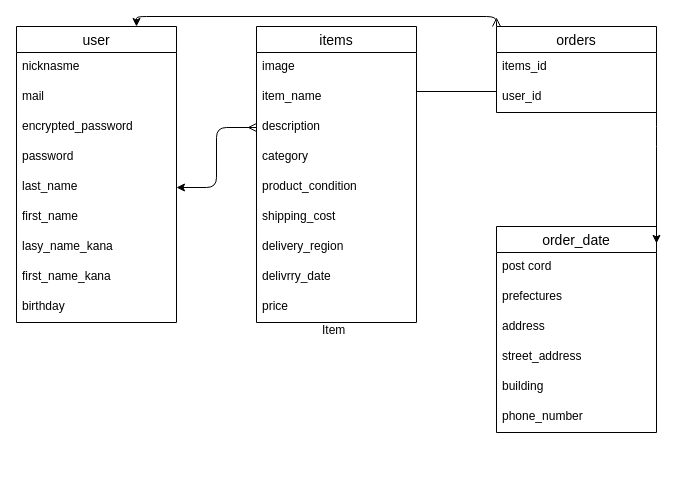
cocco0331/furima-41343 keeps this draw.io diagram as test.dio. Above is the earlier version. Source tidied: cells renumbered, new cells numbered last; positions are measured from the earlier drawing's top-left corner, leaving out a move shared by most shapes. Both pictures are drawn from the tidied source at 100%, with x=0, y=0 at pixel (16, 26).
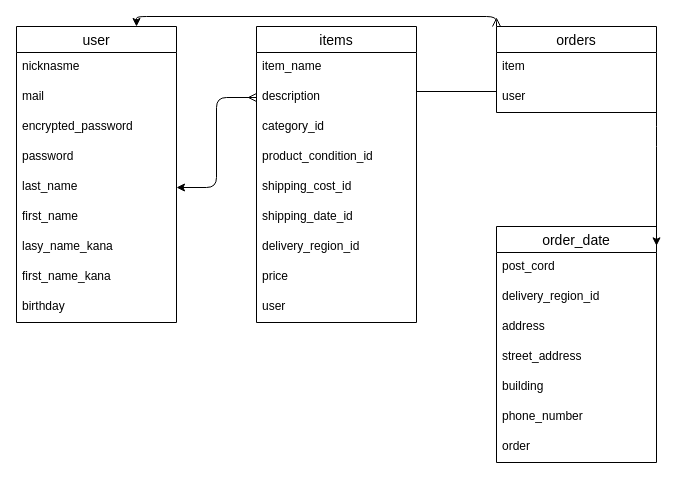
After the change.

Commit message (it also covers changes not shown here):
データベース設計再修正２

The change refers to these unchanged cells:
```xml
<mxCell id="12" value="items" style="swimlane;fontStyle=0;horizontal=1;startSize=26;align=center;fontSize=14;" parent="1" vertex="1">
  <mxGeometry x="240" width="160" height="296" as="geometry" />
</mxCell>
<mxCell id="23" value="orders" style="swimlane;fontStyle=0;horizontal=1;startSize=26;align=center;fontSize=14;" parent="1" vertex="1">
  <mxGeometry x="480" width="160" height="86" as="geometry" />
</mxCell>
```

What changed in the source:
```diff
@@
-    <mxCell id="13" value="image" style="text;strokeColor=none;fillColor=none;spacingLeft=4;spacingRight=4;overflow=hidden;fontSize=12;" parent="12" vertex="1">
-      <mxGeometry y="26" width="160" height="30" as="geometry" />
-    </mxCell>
     <mxCell id="14" value="item_name" style="text;strokeColor=none;fillColor=none;spacingLeft=4;spacingRight=4;overflow=hidden;fontSize=12;" parent="12" vertex="1">
-      <mxGeometry y="56" width="160" height="30" as="geometry" />
+      <mxGeometry y="26" width="160" height="30" as="geometry" />
     </mxCell>
     <mxCell id="15" value="description" style="text;strokeColor=none;fillColor=none;spacingLeft=4;spacingRight=4;overflow=hidden;points=[[0,0.5],[1,0.5]];portConstraint=eastwest;fontSize=12;" parent="12" vertex="1">
-      <mxGeometry y="86" width="160" height="30" as="geometry" />
+      <mxGeometry y="56" width="160" height="30" as="geometry" />
     </mxCell>
-    <mxCell id="16" value="category" style="text;strokeColor=none;fillColor=none;spacingLeft=4;spacingRight=4;overflow=hidden;fontSize=12;" parent="12" vertex="1">
-      <mxGeometry y="116" width="160" height="30" as="geometry" />
+    <mxCell id="16" value="category_id" style="text;strokeColor=none;fillColor=none;spacingLeft=4;spacingRight=4;overflow=hidden;fontSize=12;" parent="12" vertex="1">
+      <mxGeometry y="86" width="160" height="30" as="geometry" />
     </mxCell>
-    <mxCell id="17" value="product_condition" style="text;strokeColor=none;fillColor=none;spacingLeft=4;spacingRight=4;overflow=hidden;fontSize=12;" parent="12" vertex="1">
-      <mxGeometry y="146" width="160" height="30" as="geometry" />
+    <mxCell id="17" value="product_condition_id" style="text;strokeColor=none;fillColor=none;spacingLeft=4;spacingRight=4;overflow=hidden;fontSize=12;" parent="12" vertex="1">
+      <mxGeometry y="116" width="160" height="30" as="geometry" />
     </mxCell>
-    <mxCell id="18" value="shipping_cost" style="text;strokeColor=none;fillColor=none;spacingLeft=4;spacingRight=4;overflow=hidden;fontSize=12;" parent="12" vertex="1">
-      <mxGeometry y="176" width="160" height="30" as="geometry" />
+    <mxCell id="18" value="shipping_cost_id" style="text;strokeColor=none;fillColor=none;spacingLeft=4;spacingRight=4;overflow=hidden;fontSize=12;" parent="12" vertex="1">
+      <mxGeometry y="146" width="160" height="30" as="geometry" />
     </mxCell>
+    <mxCell id="35" value="shipping_date_id" style="text;strokeColor=none;fillColor=none;spacingLeft=4;spacingRight=4;overflow=hidden;fontSize=12;" parent="12" vertex="1">
+      <mxGeometry y="176" width="160" height="30" as="geometry" />
+    </mxCell>
-    <mxCell id="19" value="delivery_region" style="text;strokeColor=none;fillColor=none;spacingLeft=4;spacingRight=4;overflow=hidden;fontSize=12;" parent="12" vertex="1">
+    <mxCell id="19" value="delivery_region_id" style="text;strokeColor=none;fillColor=none;spacingLeft=4;spacingRight=4;overflow=hidden;fontSize=12;" parent="12" vertex="1">
       <mxGeometry y="206" width="160" height="30" as="geometry" />
     </mxCell>
-    <mxCell id="20" value="delivrry_date" style="text;strokeColor=none;fillColor=none;spacingLeft=4;spacingRight=4;overflow=hidden;fontSize=12;" parent="12" vertex="1">
-      <mxGeometry y="236" width="160" height="30" as="geometry" />
-    </mxCell>
     <mxCell id="21" value="price" style="text;strokeColor=none;fillColor=none;spacingLeft=4;spacingRight=4;overflow=hidden;fontSize=12;" parent="12" vertex="1">
-      <mxGeometry y="266" width="160" height="30" as="geometry" />
+      <mxGeometry y="236" width="160" height="30" as="geometry" />
     </mxCell>
+    <mxCell id="37" value="user" style="text;strokeColor=none;fillColor=none;spacingLeft=4;spacingRight=4;overflow=hidden;fontSize=12;" parent="12" vertex="1">
+      <mxGeometry y="266" width="160" height="30" as="geometry" />
+    </mxCell>
@@
-    <mxCell id="24" value="items_id" style="text;strokeColor=none;fillColor=none;spacingLeft=4;spacingRight=4;overflow=hidden;fontSize=12;" parent="23" vertex="1">
+    <mxCell id="24" value="item" style="text;strokeColor=none;fillColor=none;spacingLeft=4;spacingRight=4;overflow=hidden;fontSize=12;" parent="23" vertex="1">
       <mxGeometry y="26" width="160" height="30" as="geometry" />
     </mxCell>
-    <mxCell id="25" value="user_id" style="text;strokeColor=none;fillColor=none;spacingLeft=4;spacingRight=4;overflow=hidden;points=[[0,0.5],[1,0.5]];portConstraint=eastwest;fontSize=12;" parent="23" vertex="1">
+    <mxCell id="25" value="user" style="text;strokeColor=none;fillColor=none;spacingLeft=4;spacingRight=4;overflow=hidden;points=[[0,0.5],[1,0.5]];portConstraint=eastwest;fontSize=12;" parent="23" vertex="1">
       <mxGeometry y="56" width="160" height="30" as="geometry" />
     </mxCell>
     <mxCell id="26" value="order_date" style="swimlane;fontStyle=0;horizontal=1;startSize=26;align=center;fontSize=14;" parent="1" vertex="1">
-      <mxGeometry x="480" y="200" width="160" height="206" as="geometry" />
+      <mxGeometry x="480" y="200" width="160" height="236" as="geometry" />
     </mxCell>
-    <mxCell id="27" value="post cord" style="text;strokeColor=none;fillColor=none;spacingLeft=4;spacingRight=4;overflow=hidden;fontSize=12;" parent="26" vertex="1">
+    <mxCell id="27" value="post_cord" style="text;strokeColor=none;fillColor=none;spacingLeft=4;spacingRight=4;overflow=hidden;fontSize=12;" parent="26" vertex="1">
       <mxGeometry y="26" width="160" height="30" as="geometry" />
     </mxCell>
-    <mxCell id="28" value="prefectures" style="text;strokeColor=none;fillColor=none;spacingLeft=4;spacingRight=4;overflow=hidden;fontSize=12;" parent="26" vertex="1">
+    <mxCell id="28" value="delivery_region_id" style="text;strokeColor=none;fillColor=none;spacingLeft=4;spacingRight=4;overflow=hidden;fontSize=12;" parent="26" vertex="1">
       <mxGeometry y="56" width="160" height="30" as="geometry" />
     </mxCell>
@@
+    <mxCell id="38" value="order" style="text;strokeColor=none;fillColor=none;spacingLeft=4;spacingRight=4;overflow=hidden;fontSize=12;" parent="26" vertex="1">
+      <mxGeometry y="206" width="160" height="30" as="geometry" />
+    </mxCell>
@@
-    <mxCell id="35" value="Item" style="text;strokeColor=none;fillColor=none;spacingLeft=4;spacingRight=4;overflow=hidden;fontSize=12;" parent="1" vertex="1">
-      <mxGeometry x="300" y="290" width="40" height="30" as="geometry" />
-    </mxCell>
```
